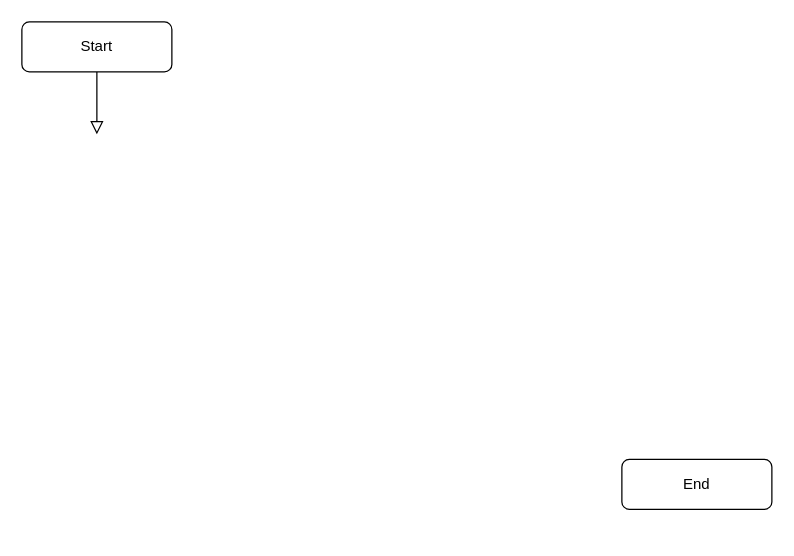
This is Untitled Diagram.drawio from veltaine/ZenvaCoding, a draw.io file, before an edit. Source tidied: cells renumbered, new cells numbered last; positions are measured from the earlier drawing's top-left corner, leaving out a move shared by most shapes. Both pictures are drawn from the tidied source at 125%, with x=0, y=0 at pixel (21, 21).
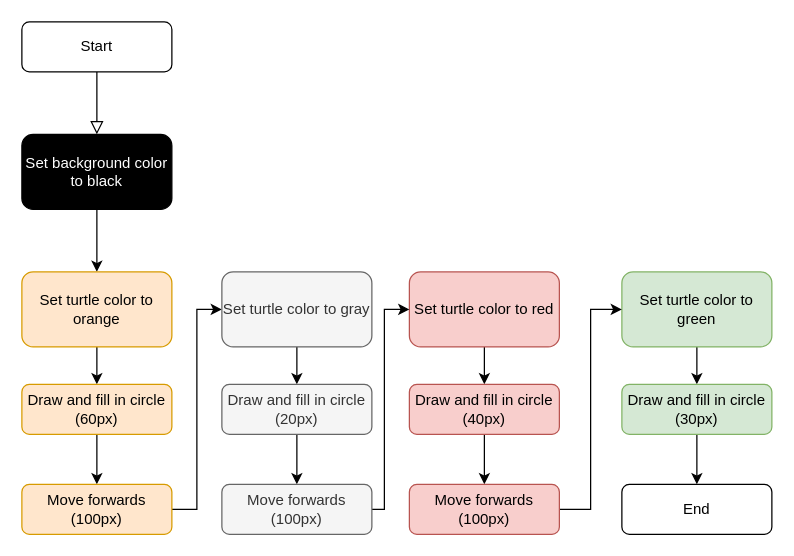
The same diagram, later.

Commit message:
Completed solar system diagram.drawio

What changed in the source:
```diff
@@
     <mxCell id="4" value="End" style="rounded=1;whiteSpace=wrap;html=1;fontSize=12;glass=0;strokeWidth=1;shadow=0;" parent="1" vertex="1">
-      <mxGeometry x="480" y="350" width="120" height="40" as="geometry" />
+      <mxGeometry x="480" y="370" width="120" height="40" as="geometry" />
     </mxCell>
+    <mxCell id="5" style="edgeStyle=orthogonalEdgeStyle;rounded=0;jettySize=auto;html=1;exitX=0.5;exitY=1;exitDx=0;exitDy=0;" parent="1" edge="1" source="6">
+      <mxGeometry relative="1" as="geometry">
+        <mxPoint x="60" y="200" as="targetPoint" />
+      </mxGeometry>
+    </mxCell>
+    <mxCell id="6" value="Set background color to black" style="rounded=1;whiteSpace=wrap;html=1;fillColor=#000000;fontColor=#FFFFFF;" parent="1" vertex="1">
+      <mxGeometry y="90" width="120" height="60" as="geometry" />
+    </mxCell>
+    <mxCell id="7" style="edgeStyle=orthogonalEdgeStyle;rounded=0;jettySize=auto;html=1;exitX=0.5;exitY=1;exitDx=0;exitDy=0;" parent="1" edge="1" source="8">
+      <mxGeometry relative="1" as="geometry">
+        <mxPoint x="60" y="290" as="targetPoint" />
+      </mxGeometry>
+    </mxCell>
+    <mxCell id="8" value="Set turtle color to orange" style="rounded=1;whiteSpace=wrap;html=1;fillColor=#ffe6cc;strokeColor=#d79b00;" parent="1" vertex="1">
+      <mxGeometry y="200" width="120" height="60" as="geometry" />
+    </mxCell>
+    <mxCell id="9" style="edgeStyle=orthogonalEdgeStyle;rounded=0;jettySize=auto;html=1;exitX=0.5;exitY=1;exitDx=0;exitDy=0;entryX=0.5;entryY=0;entryDx=0;entryDy=0;" parent="1" edge="1" source="10" target="12">
+      <mxGeometry relative="1" as="geometry" />
+    </mxCell>
+    <mxCell id="10" value="Draw and fill in circle (60px)" style="rounded=1;whiteSpace=wrap;html=1;fillColor=#ffe6cc;strokeColor=#d79b00;" parent="1" vertex="1">
+      <mxGeometry y="290" width="120" height="40" as="geometry" />
+    </mxCell>
+    <mxCell id="11" style="edgeStyle=orthogonalEdgeStyle;rounded=0;jettySize=auto;html=1;exitX=1;exitY=0.5;exitDx=0;exitDy=0;entryX=0;entryY=0.5;entryDx=0;entryDy=0;" parent="1" edge="1" source="12" target="14">
+      <mxGeometry relative="1" as="geometry" />
+    </mxCell>
+    <mxCell id="12" value="Move forwards (100px)" style="rounded=1;whiteSpace=wrap;html=1;fillColor=#ffe6cc;strokeColor=#d79b00;" parent="1" vertex="1">
+      <mxGeometry y="370" width="120" height="40" as="geometry" />
+    </mxCell>
+    <mxCell id="13" style="edgeStyle=orthogonalEdgeStyle;rounded=0;jettySize=auto;html=1;exitX=0.5;exitY=1;exitDx=0;exitDy=0;entryX=0.5;entryY=0;entryDx=0;entryDy=0;" parent="1" edge="1" source="14" target="20">
+      <mxGeometry relative="1" as="geometry" />
+    </mxCell>
+    <mxCell id="14" value="Set turtle color to gray" style="rounded=1;whiteSpace=wrap;html=1;fillColor=#f5f5f5;strokeColor=#666666;fontColor=#333333;" parent="1" vertex="1">
+      <mxGeometry x="160" y="200" width="120" height="60" as="geometry" />
+    </mxCell>
+    <mxCell id="15" style="edgeStyle=orthogonalEdgeStyle;rounded=0;jettySize=auto;html=1;exitX=0.5;exitY=1;exitDx=0;exitDy=0;" parent="1" edge="1" source="16" target="22">
+      <mxGeometry relative="1" as="geometry" />
+    </mxCell>
+    <mxCell id="16" value="Set turtle color to red" style="rounded=1;whiteSpace=wrap;html=1;fillColor=#f8cecc;strokeColor=#b85450;" parent="1" vertex="1">
+      <mxGeometry x="310" y="200" width="120" height="60" as="geometry" />
+    </mxCell>
+    <mxCell id="17" style="edgeStyle=orthogonalEdgeStyle;rounded=0;jettySize=auto;html=1;exitX=0.5;exitY=1;exitDx=0;exitDy=0;" parent="1" edge="1" source="18" target="24">
+      <mxGeometry relative="1" as="geometry" />
+    </mxCell>
+    <mxCell id="18" value="Set turtle color to green" style="rounded=1;whiteSpace=wrap;html=1;fillColor=#d5e8d4;strokeColor=#82b366;" parent="1" vertex="1">
+      <mxGeometry x="480" y="200" width="120" height="60" as="geometry" />
+    </mxCell>
+    <mxCell id="19" style="edgeStyle=orthogonalEdgeStyle;rounded=0;jettySize=auto;html=1;exitX=0.5;exitY=1;exitDx=0;exitDy=0;entryX=0.5;entryY=0;entryDx=0;entryDy=0;" parent="1" edge="1" source="20" target="28">
+      <mxGeometry relative="1" as="geometry" />
+    </mxCell>
+    <mxCell id="20" value="Draw and fill in circle (20px)" style="rounded=1;whiteSpace=wrap;html=1;fillColor=#f5f5f5;strokeColor=#666666;fontColor=#333333;" parent="1" vertex="1">
+      <mxGeometry x="160" y="290" width="120" height="40" as="geometry" />
+    </mxCell>
+    <mxCell id="21" style="edgeStyle=orthogonalEdgeStyle;rounded=0;jettySize=auto;html=1;exitX=0.5;exitY=1;exitDx=0;exitDy=0;entryX=0.5;entryY=0;entryDx=0;entryDy=0;" parent="1" edge="1" source="22" target="26">
+      <mxGeometry relative="1" as="geometry" />
+    </mxCell>
+    <mxCell id="22" value="Draw and fill in circle (40px)" style="rounded=1;whiteSpace=wrap;html=1;fillColor=#f8cecc;strokeColor=#b85450;" parent="1" vertex="1">
+      <mxGeometry x="310" y="290" width="120" height="40" as="geometry" />
+    </mxCell>
+    <mxCell id="23" style="edgeStyle=orthogonalEdgeStyle;rounded=0;jettySize=auto;html=1;exitX=0.5;exitY=1;exitDx=0;exitDy=0;entryX=0.5;entryY=0;entryDx=0;entryDy=0;" parent="1" edge="1" source="24" target="4">
+      <mxGeometry relative="1" as="geometry" />
+    </mxCell>
+    <mxCell id="24" value="Draw and fill in circle (30px)" style="rounded=1;whiteSpace=wrap;html=1;fillColor=#d5e8d4;strokeColor=#82b366;" parent="1" vertex="1">
+      <mxGeometry x="480" y="290" width="120" height="40" as="geometry" />
+    </mxCell>
+    <mxCell id="25" style="edgeStyle=orthogonalEdgeStyle;rounded=0;jettySize=auto;html=1;exitX=1;exitY=0.5;exitDx=0;exitDy=0;entryX=0;entryY=0.5;entryDx=0;entryDy=0;" parent="1" edge="1" source="26" target="18">
+      <mxGeometry relative="1" as="geometry" />
+    </mxCell>
+    <mxCell id="26" value="Move forwards (100px)" style="rounded=1;whiteSpace=wrap;html=1;fillColor=#f8cecc;strokeColor=#b85450;" parent="1" vertex="1">
+      <mxGeometry x="310" y="370" width="120" height="40" as="geometry" />
+    </mxCell>
+    <mxCell id="27" style="edgeStyle=orthogonalEdgeStyle;rounded=0;jettySize=auto;html=1;exitX=1;exitY=0.5;exitDx=0;exitDy=0;entryX=0;entryY=0.5;entryDx=0;entryDy=0;" parent="1" edge="1" source="28" target="16">
+      <mxGeometry relative="1" as="geometry">
+        <Array as="points">
+          <mxPoint x="290" y="390" />
+          <mxPoint x="290" y="230" />
+        </Array>
+      </mxGeometry>
+    </mxCell>
+    <mxCell id="28" value="Move forwards (100px)" style="rounded=1;whiteSpace=wrap;html=1;fillColor=#f5f5f5;strokeColor=#666666;fontColor=#333333;" parent="1" vertex="1">
+      <mxGeometry x="160" y="370" width="120" height="40" as="geometry" />
+    </mxCell>
```
